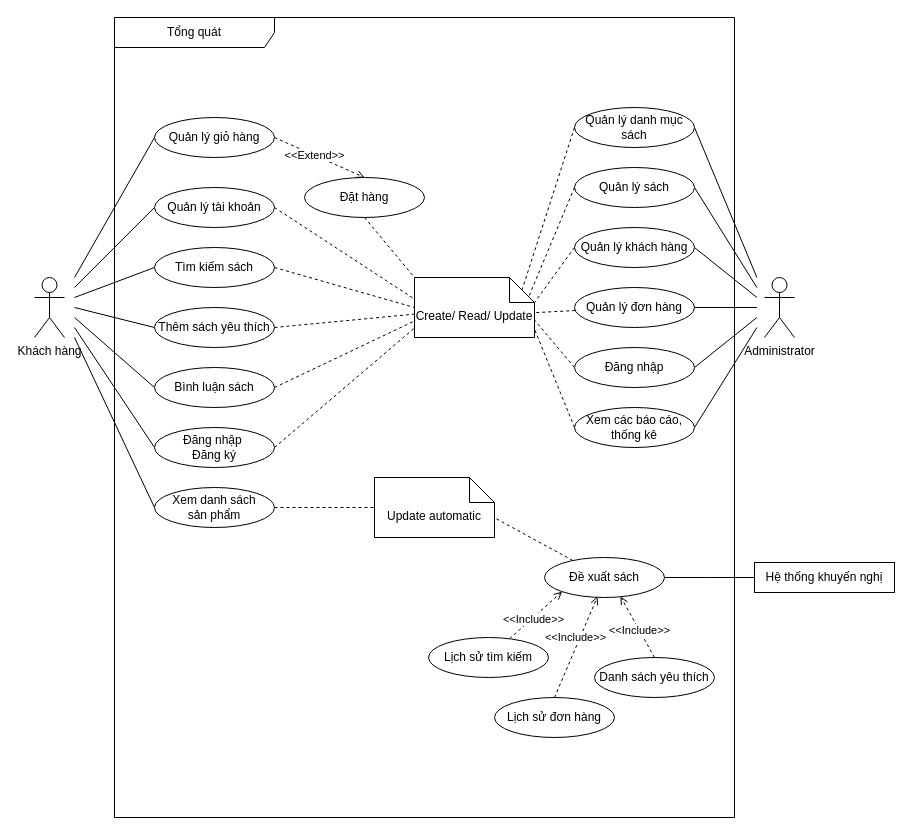
Above: page "TongQuat" (1 of 9) of usecase.drawio in QuangHuy2201/FinalProject-Diagrams (draw.io), before the change. Source tidied: cells renumbered, new cells numbered last; positions are measured from the earlier drawing's top-left corner, leaving out a move shared by most shapes. Both pictures are drawn from the tidied source at 100%, with x=0, y=0 at pixel (34, 17).
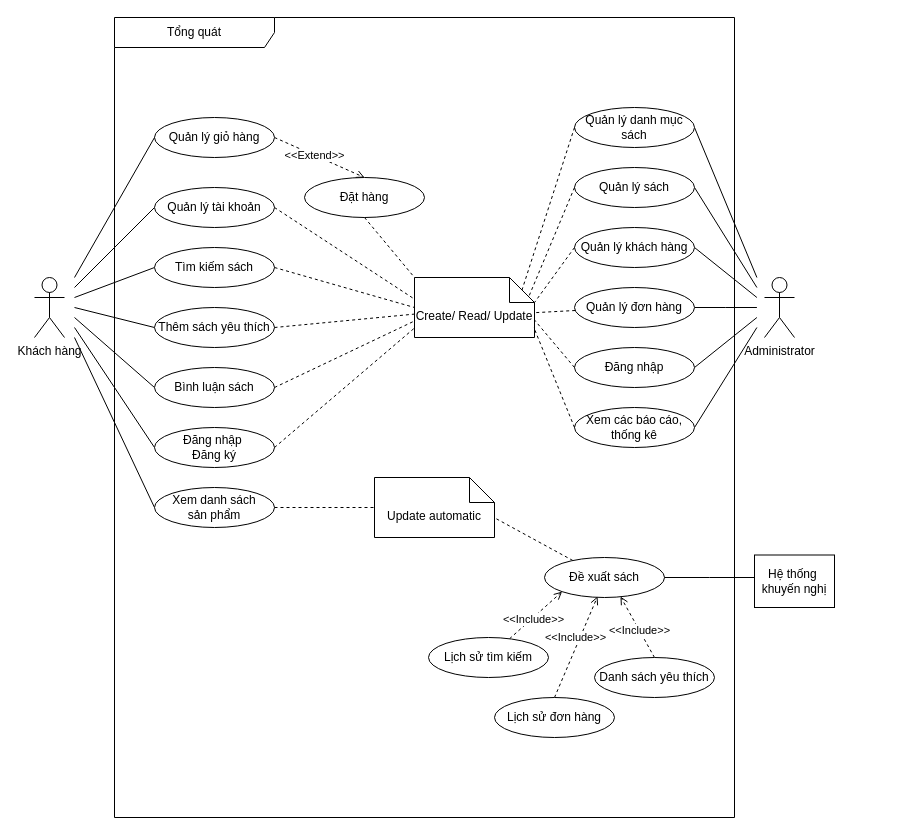
Above is the later version.

The edit, as a diff of the source:
```diff
@@
-    <mxCell id="62" value="Hệ thống khuyến nghị" style="fontStyle=0;whiteSpace=wrap;html=1;" parent="1" vertex="1">
-      <mxGeometry x="720" y="545" width="140" height="30" as="geometry" />
+    <mxCell id="62" value="Hệ thống&amp;nbsp;&lt;div&gt;khuyến nghị&lt;/div&gt;" style="fontStyle=0;whiteSpace=wrap;html=1;" parent="1" vertex="1">
+      <mxGeometry x="720" y="537.5" width="80" height="52.5" as="geometry" />
     </mxCell>
```
